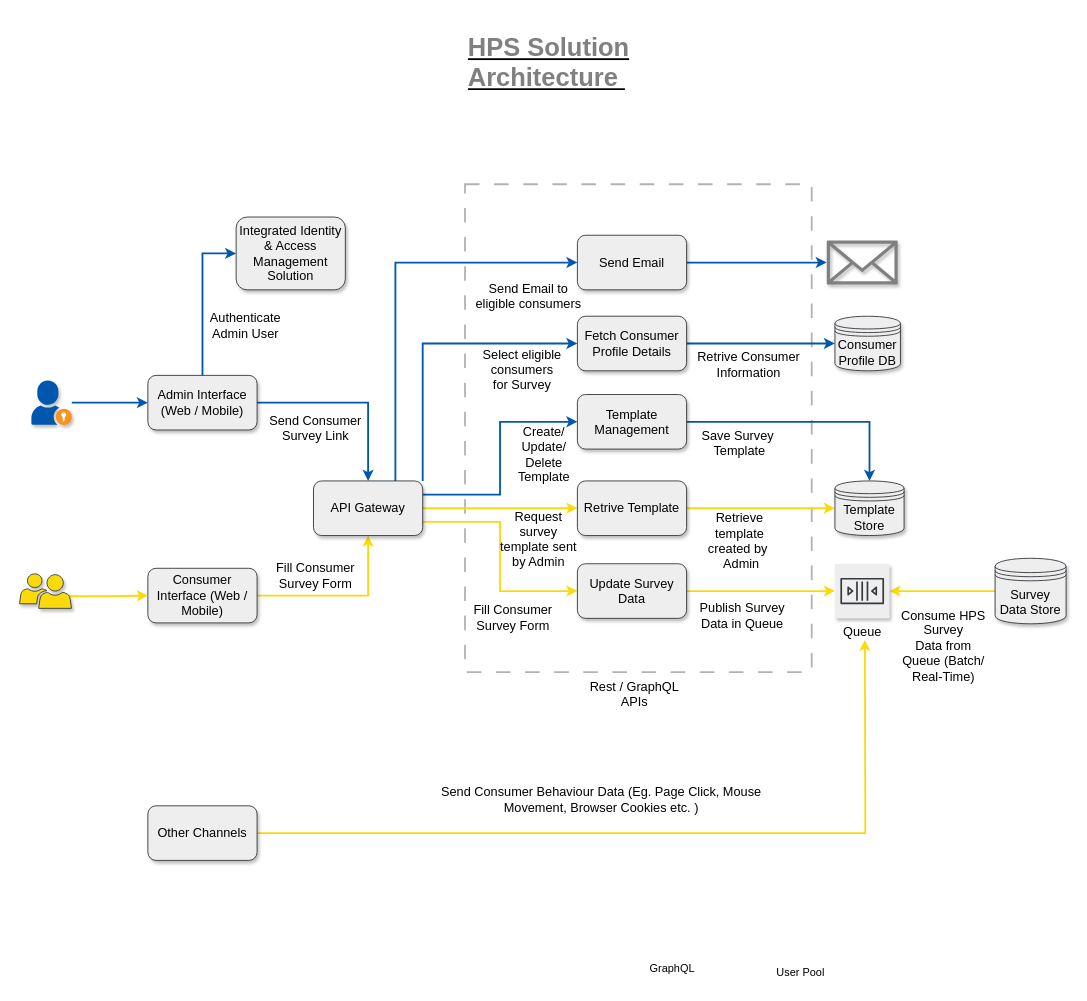
Above: page "HPS Solution Architect" (1 of 7) of hps-platform.drawio in asksmruti/lets-do-4 (draw.io), before the change. Source tidied: cells renumbered, new cells numbered last; positions are measured from the earlier drawing's top-left corner, leaving out a move shared by most shapes. Both pictures are drawn from the tidied source at 91%, with x=0, y=0 at pixel (19, 25).
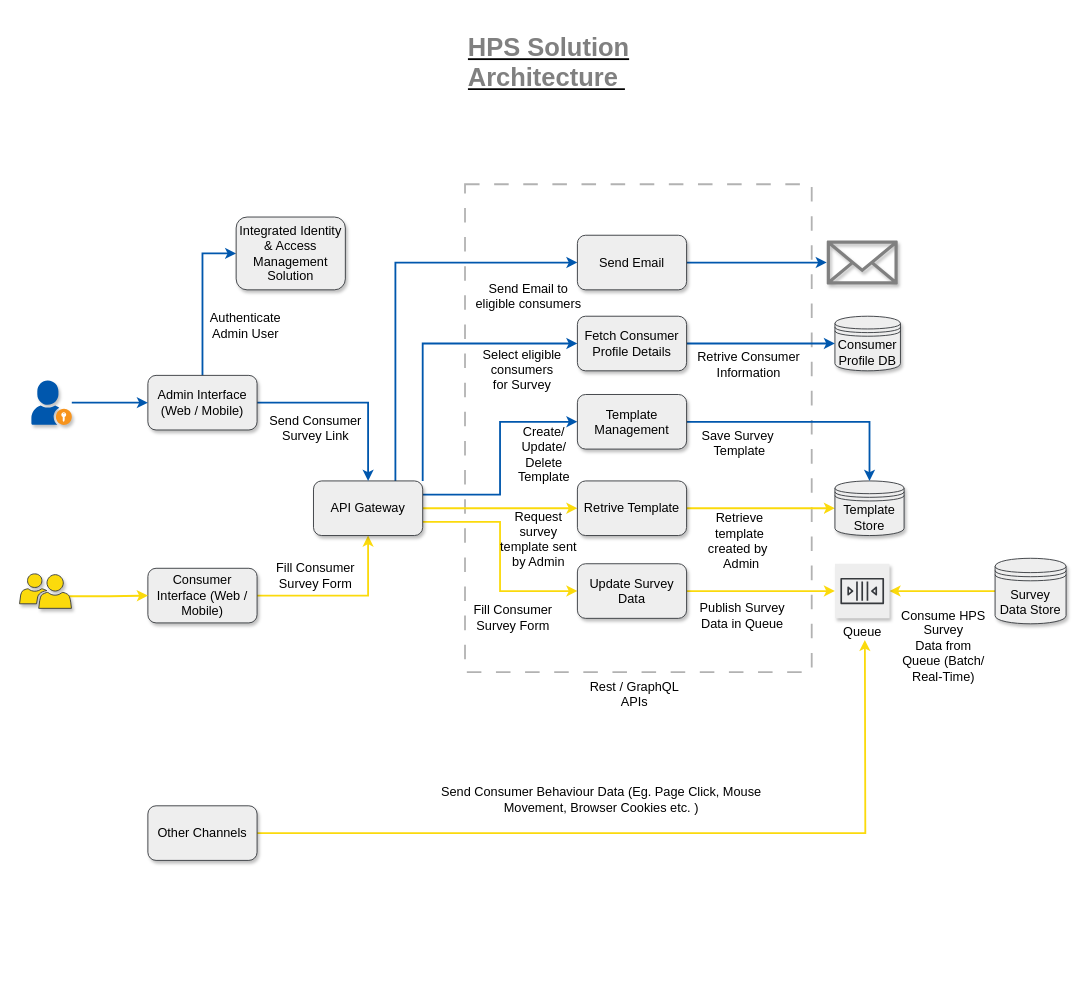
Above is the later version.

Diff of the diagram source:
```diff
@@
-    <mxCell id="2" value="GraphQL" style="text;html=1;strokeColor=none;fillColor=none;align=center;verticalAlign=middle;whiteSpace=wrap;rounded=0;" parent="1" vertex="1">
-      <mxGeometry x="671" y="1022" width="93" height="30" as="geometry" />
-    </mxCell>
-    <mxCell id="3" value="User Pool" style="text;html=1;strokeColor=none;fillColor=none;align=center;verticalAlign=middle;whiteSpace=wrap;rounded=0;" parent="1" vertex="1">
-      <mxGeometry x="811.5" y="1026" width="93" height="30" as="geometry" />
-    </mxCell>
```
